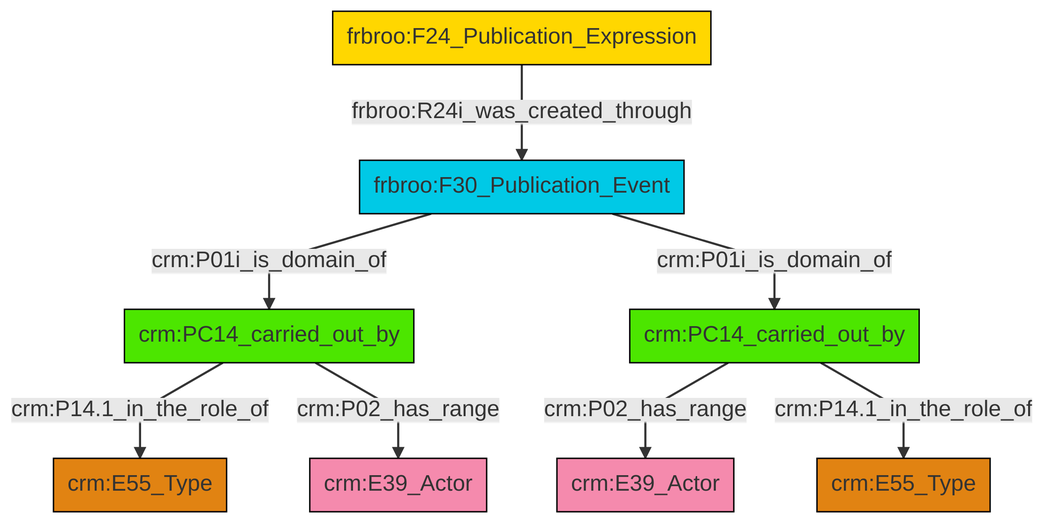
Above: et/biblioCSV/ttl/mmd/png/biblio_actor_relations.png in swiss-art-research-net/reference-data-models (Mermaid), before the change. Its source is kept beside it as et/biblioCSV/ttl/mmd/biblio_actor_relations.ttl.mmd.
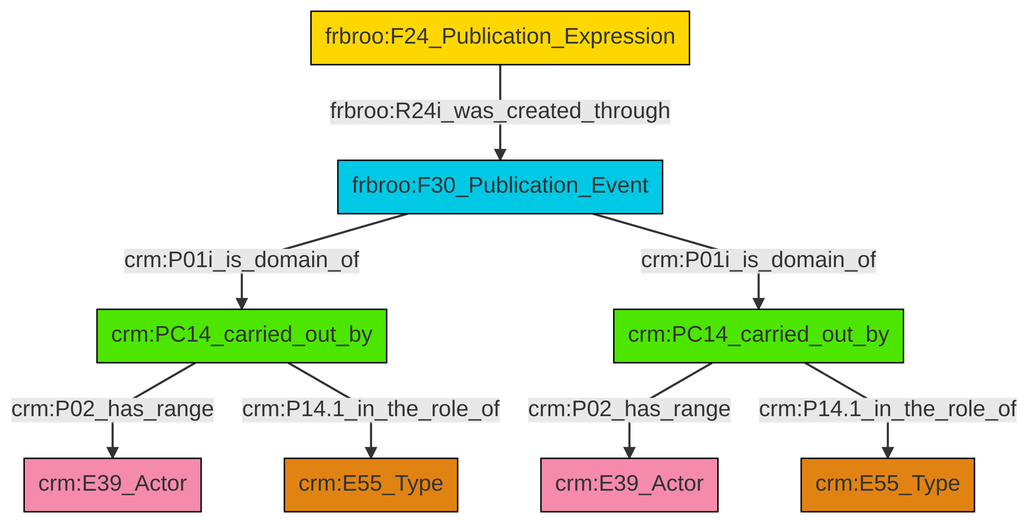
The same file after the commit.

Diff of the diagram source:
```diff
@@ -13,10 +13,10 @@
 classDef PC_Classes fill:#4ce600, stroke:#000000;
 classDef Multi fill:#cccccc,stroke:#000000;
 
-4["crm:PC14_carried_out_by"]:::PC_Classes -->|crm:P14.1_in_the_role_of| 5["crm:E55_Type"]:::Type
-4["crm:PC14_carried_out_by"]:::PC_Classes -->|crm:P02_has_range| 7["crm:E39_Actor"]:::Actor
-10["crm:PC14_carried_out_by"]:::PC_Classes -->|crm:P02_has_range| 8["crm:E39_Actor"]:::Actor
-10["crm:PC14_carried_out_by"]:::PC_Classes -->|crm:P14.1_in_the_role_of| 2["crm:E55_Type"]:::Type
-0["frbroo:F30_Publication_Event"]:::Temporal_Entity -->|crm:P01i_is_domain_of| 4["crm:PC14_carried_out_by"]:::PC_Classes
-0["frbroo:F30_Publication_Event"]:::Temporal_Entity -->|crm:P01i_is_domain_of| 10["crm:PC14_carried_out_by"]:::PC_Classes
-15["frbroo:F24_Publication_Expression"]:::Conceptual_Object -->|frbroo:R24i_was_created_through| 0["frbroo:F30_Publication_Event"]:::Temporal_Entity
+4["frbroo:F30_Publication_Event"]:::Temporal_Entity -->|crm:P01i_is_domain_of| 0["crm:PC14_carried_out_by"]:::PC_Classes
+2["crm:PC14_carried_out_by"]:::PC_Classes -->|crm:P02_has_range| 5["crm:E39_Actor"]:::Actor
+2["crm:PC14_carried_out_by"]:::PC_Classes -->|crm:P14.1_in_the_role_of| 9["crm:E55_Type"]:::Type
+0["crm:PC14_carried_out_by"]:::PC_Classes -->|crm:P02_has_range| 13["crm:E39_Actor"]:::Actor
+11["frbroo:F24_Publication_Expression"]:::Conceptual_Object -->|frbroo:R24i_was_created_through| 4["frbroo:F30_Publication_Event"]:::Temporal_Entity
+4["frbroo:F30_Publication_Event"]:::Temporal_Entity -->|crm:P01i_is_domain_of| 2["crm:PC14_carried_out_by"]:::PC_Classes
+0["crm:PC14_carried_out_by"]:::PC_Classes -->|crm:P14.1_in_the_role_of| 7["crm:E55_Type"]:::Type
```
